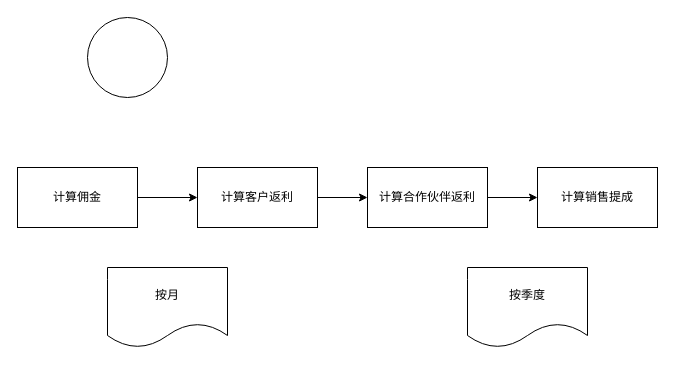
easefulfil/CLOUDCARE keeps this draw.io diagram as page "佣金返利计算流程" (2 of 3) of shrine-doc/云资源业务流程.drawio. Above is the earlier version. Source tidied: cells renumbered, new cells numbered last; positions are measured from the earlier drawing's top-left corner, leaving out a move shared by most shapes. Both pictures are drawn from the tidied source at 100%, with x=0, y=0 at pixel (17, 17).
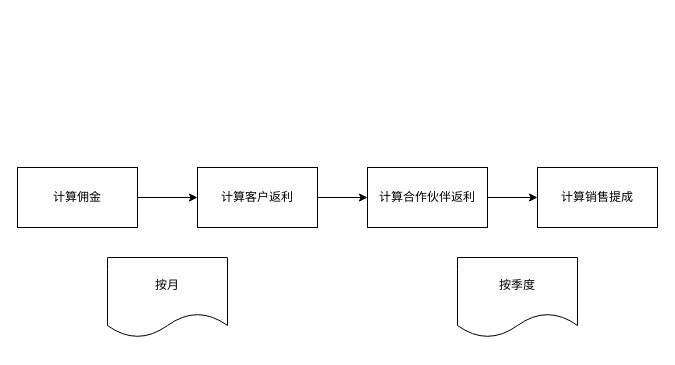
The same page after the edit.

Commit message (it also covers changes not shown here):
Update 云资源业务流程.drawio

Diff of the diagram source:
```diff
@@
 <mxGraphModel>
   <root>
     <mxCell id="0" />
     <mxCell id="1" parent="0" />
-    <mxCell id="2" style="ellipse;whiteSpace=wrap;html=1;" parent="1" vertex="1">
-      <mxGeometry x="70" width="80" height="80" as="geometry" />
-    </mxCell>
     <mxCell id="3" style="edgeStyle=orthogonalEdgeStyle;rounded=0;jettySize=auto;html=1;exitX=1;exitY=0.5;exitDx=0;exitDy=0;entryX=0;entryY=0.5;entryDx=0;entryDy=0;" parent="1" edge="1" source="4" target="6">
       <mxGeometry relative="1" as="geometry" />
     </mxCell>
     <mxCell id="4" value="计算佣金" style="rounded=0;whiteSpace=wrap;html=1;" parent="1" vertex="1">
       <mxGeometry y="150" width="120" height="60" as="geometry" />
     </mxCell>
     <mxCell id="5" style="edgeStyle=orthogonalEdgeStyle;rounded=0;jettySize=auto;html=1;" parent="1" edge="1" source="6" target="8">
       <mxGeometry relative="1" as="geometry" />
     </mxCell>
     <mxCell id="6" value="计算客户返利" style="rounded=0;whiteSpace=wrap;html=1;" parent="1" vertex="1">
       <mxGeometry x="180" y="150" width="120" height="60" as="geometry" />
     </mxCell>
     <mxCell id="7" style="edgeStyle=orthogonalEdgeStyle;rounded=0;jettySize=auto;html=1;" parent="1" edge="1" source="8" target="9">
       <mxGeometry relative="1" as="geometry" />
     </mxCell>
     <mxCell id="8" value="计算合作伙伴返利" style="rounded=0;whiteSpace=wrap;html=1;" parent="1" vertex="1">
       <mxGeometry x="350" y="150" width="120" height="60" as="geometry" />
     </mxCell>
     <mxCell id="9" value="计算销售提成" style="rounded=0;whiteSpace=wrap;html=1;" parent="1" vertex="1">
       <mxGeometry x="520" y="150" width="120" height="60" as="geometry" />
     </mxCell>
     <mxCell id="10" value="按月" style="shape=document;whiteSpace=wrap;html=1;boundedLbl=1;" parent="1" vertex="1">
-      <mxGeometry x="90" y="250" width="120" height="80" as="geometry" />
+      <mxGeometry x="90" y="240" width="120" height="80" as="geometry" />
     </mxCell>
     <mxCell id="11" value="按季度" style="shape=document;whiteSpace=wrap;html=1;boundedLbl=1;" parent="1" vertex="1">
-      <mxGeometry x="450" y="250" width="120" height="80" as="geometry" />
+      <mxGeometry x="440" y="240" width="120" height="80" as="geometry" />
     </mxCell>
   </root>
 </mxGraphModel>
```
